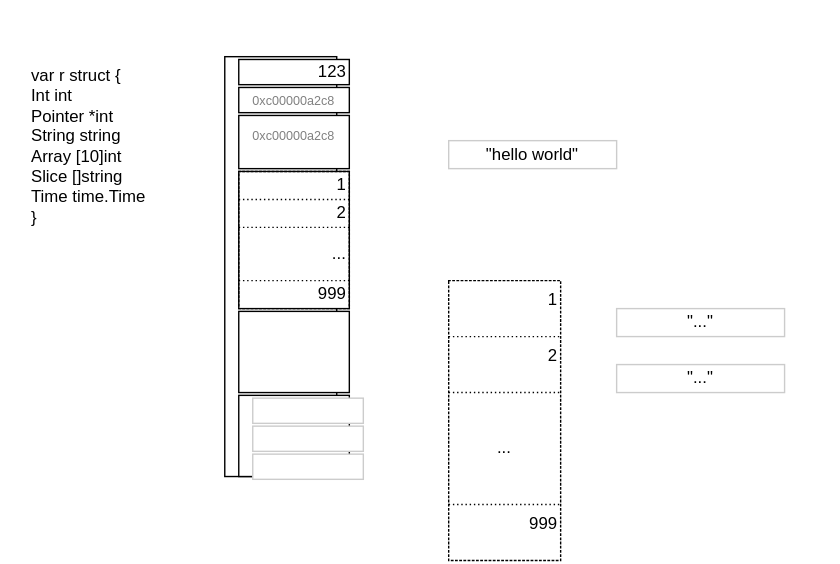
Above: article/svg/struct.svg in nshichi/go-mem (draw.io), before the change. Source tidied: cells renumbered, new cells last; positions are measured from the earlier drawing's top-left corner, leaving out a move shared by most shapes.
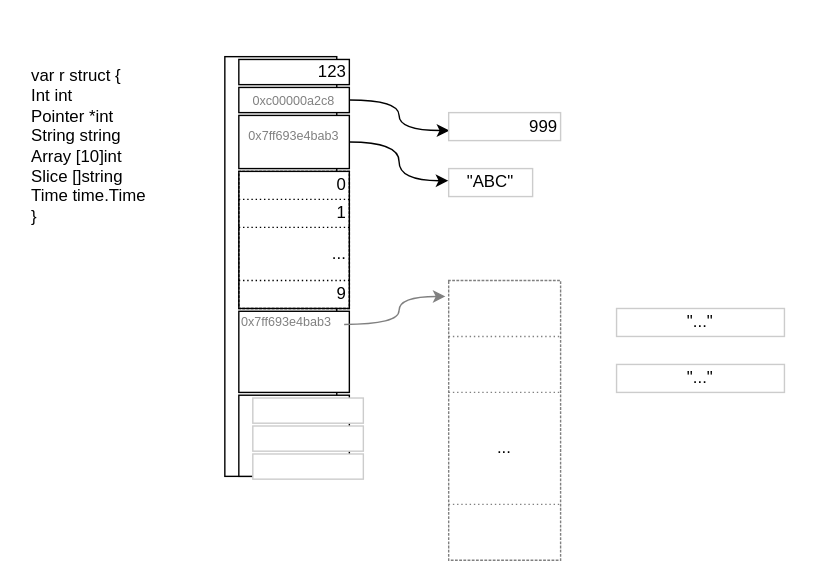
After the change.

What changed in the source:
```diff
@@ -3,7 +3,7 @@
     <mxCell id="0" />
     <mxCell id="1" parent="0" />
     <mxCell id="2" value="var r struct {&lt;br&gt;&amp;nbsp; &amp;nbsp; Int     int&lt;br&gt;&amp;nbsp; &amp;nbsp; Pointer *int&lt;br&gt;&amp;nbsp; &amp;nbsp; String  string&lt;br&gt;&amp;nbsp; &amp;nbsp; Array   [10]int&lt;br&gt;&amp;nbsp; &amp;nbsp; Slice   []string&lt;br&gt;&amp;nbsp; &amp;nbsp; Time    time.Time&amp;nbsp;&lt;br&gt;}" style="text;strokeColor=none;align=left;fillColor=none;verticalAlign=top;rounded=0;horizontal=1;labelBorderColor=none;html=1;whiteSpace=wrap;fontColor=default;" parent="1" vertex="1">
-      <mxGeometry x="20" y="40" width="110" height="130" as="geometry" />
+      <mxGeometry x="20" y="40" width="130" height="150" as="geometry" />
     </mxCell>
     <mxCell id="3" style="whiteSpace=wrap;html=1;strokeWidth=1;" parent="1" vertex="1">
       <mxGeometry x="160" y="40" width="80" height="300" as="geometry" />
@@ -11,10 +11,10 @@
     <mxCell id="4" value="123" style="whiteSpace=wrap;html=1;align=right;" parent="1" vertex="1">
       <mxGeometry x="170" y="42" width="79" height="18" as="geometry" />
     </mxCell>
-    <mxCell id="5" value="&lt;span style=&quot;font-size: 9px;&quot;&gt;0xc00000a2c8&lt;/span&gt;" style="whiteSpace=wrap;html=1;align=center;fontColor=#808080;" parent="1" vertex="1">
+    <mxCell id="5" value="&lt;span style=&quot;color: rgb(128, 128, 128); font-size: 9px; text-align: left;&quot;&gt;0xc00000a2c8&lt;/span&gt;" style="whiteSpace=wrap;html=1;align=center;fontColor=#808080;" parent="1" vertex="1">
       <mxGeometry x="170" y="62" width="79" height="18" as="geometry" />
     </mxCell>
-    <mxCell id="6" value="&lt;span style=&quot;font-size: 9px;&quot;&gt;0xc00000a2c8&lt;/span&gt;" style="whiteSpace=wrap;html=1;align=center;verticalAlign=top;fontColor=#808080;" parent="1" vertex="1">
+    <mxCell id="6" value="&lt;span style=&quot;color: rgb(128, 128, 128); font-size: 9px; text-align: left; background-color: rgb(255, 255, 255);&quot;&gt;0x7ff693e4bab3&lt;/span&gt;" style="whiteSpace=wrap;html=1;align=center;verticalAlign=top;fontColor=#808080;" parent="1" vertex="1">
       <mxGeometry x="170" y="82" width="79" height="38" as="geometry" />
     </mxCell>
     <mxCell id="7" style="whiteSpace=wrap;html=1;align=right;" parent="1" vertex="1">
@@ -29,13 +29,13 @@
     <mxCell id="10" style="shape=tableRow;horizontal=0;startSize=0;swimlaneHead=0;swimlaneBody=0;strokeColor=inherit;top=0;left=0;bottom=0;right=0;fillColor=none;" parent="9" vertex="1">
       <mxGeometry width="79" height="20" as="geometry" />
     </mxCell>
-    <mxCell id="11" value="1" style="shape=partialRectangle;html=1;whiteSpace=wrap;strokeColor=inherit;overflow=hidden;fillColor=none;top=0;left=0;bottom=0;right=0;align=right;" parent="10" vertex="1">
+    <mxCell id="11" value="0" style="shape=partialRectangle;html=1;whiteSpace=wrap;strokeColor=inherit;overflow=hidden;fillColor=none;top=0;left=0;bottom=0;right=0;align=right;" parent="10" vertex="1">
       <mxGeometry width="79" height="20" as="geometry" />
     </mxCell>
     <mxCell id="12" style="shape=tableRow;horizontal=0;startSize=0;swimlaneHead=0;swimlaneBody=0;strokeColor=inherit;top=0;left=0;bottom=0;right=0;fillColor=none;" parent="9" vertex="1">
       <mxGeometry y="20" width="79" height="20" as="geometry" />
     </mxCell>
-    <mxCell id="13" value="2" style="shape=partialRectangle;html=1;whiteSpace=wrap;strokeColor=inherit;overflow=hidden;fillColor=none;top=0;left=0;bottom=0;right=0;align=right;" parent="12" vertex="1">
+    <mxCell id="13" value="1" style="shape=partialRectangle;html=1;whiteSpace=wrap;strokeColor=inherit;overflow=hidden;fillColor=none;top=0;left=0;bottom=0;right=0;align=right;" parent="12" vertex="1">
       <mxGeometry width="79" height="20" as="geometry" />
     </mxCell>
     <mxCell id="14" style="shape=tableRow;horizontal=0;startSize=0;swimlaneHead=0;swimlaneBody=0;strokeColor=inherit;top=0;left=0;bottom=0;right=0;fillColor=none;" parent="9" vertex="1">
@@ -47,7 +47,7 @@
     <mxCell id="16" style="shape=tableRow;horizontal=0;startSize=0;swimlaneHead=0;swimlaneBody=0;strokeColor=inherit;top=0;left=0;bottom=0;right=0;fillColor=none;" parent="9" vertex="1">
       <mxGeometry y="78" width="79" height="20" as="geometry" />
     </mxCell>
-    <mxCell id="17" value="999" style="shape=partialRectangle;html=1;whiteSpace=wrap;strokeColor=inherit;overflow=hidden;fillColor=none;top=0;left=0;bottom=0;right=0;align=right;" parent="16" vertex="1">
+    <mxCell id="17" value="9" style="shape=partialRectangle;html=1;whiteSpace=wrap;strokeColor=inherit;overflow=hidden;fillColor=none;top=0;left=0;bottom=0;right=0;align=right;" parent="16" vertex="1">
       <mxGeometry width="79" height="20" as="geometry" />
     </mxCell>
     <mxCell id="18" style="whiteSpace=wrap;html=1;align=right;strokeColor=#CCCCCC;" parent="1" vertex="1">
@@ -59,19 +59,19 @@
     <mxCell id="20" style="whiteSpace=wrap;html=1;align=right;strokeColor=#CCCCCC;" parent="1" vertex="1">
       <mxGeometry x="180" y="324" width="79" height="18" as="geometry" />
     </mxCell>
-    <mxCell id="21" style="shape=table;startSize=0;dashed=1;dashPattern=1 2;" parent="1" vertex="1">
+    <mxCell id="21" style="shape=table;startSize=0;dashed=1;dashPattern=1 2;strokeColor=#808080;" parent="1" vertex="1">
       <mxGeometry x="320" y="200" width="80" height="200" as="geometry" />
     </mxCell>
     <mxCell id="22" style="shape=tableRow;horizontal=0;startSize=0;swimlaneHead=0;swimlaneBody=0;strokeColor=inherit;top=0;left=0;bottom=0;right=0;fillColor=none;points=[[0,0.5],[1,0.5]];portConstraint=eastwest;" parent="21" vertex="1">
       <mxGeometry width="80" height="40" as="geometry" />
     </mxCell>
-    <mxCell id="23" value="1" style="shape=partialRectangle;html=1;whiteSpace=wrap;strokeColor=inherit;overflow=hidden;fillColor=none;top=0;left=0;bottom=0;right=0;align=right;verticalAlign=top;" parent="22" vertex="1">
+    <mxCell id="23" style="shape=partialRectangle;html=1;whiteSpace=wrap;strokeColor=inherit;overflow=hidden;fillColor=none;top=0;left=0;bottom=0;right=0;align=right;verticalAlign=top;" parent="22" vertex="1">
       <mxGeometry width="80" height="40" as="geometry" />
     </mxCell>
     <mxCell id="24" style="shape=tableRow;horizontal=0;startSize=0;swimlaneHead=0;swimlaneBody=0;strokeColor=inherit;top=0;left=0;bottom=0;right=0;fillColor=none;" parent="21" vertex="1">
       <mxGeometry y="40" width="80" height="40" as="geometry" />
     </mxCell>
-    <mxCell id="25" value="2" style="shape=partialRectangle;html=1;whiteSpace=wrap;strokeColor=inherit;overflow=hidden;fillColor=none;top=0;left=0;bottom=0;right=0;align=right;verticalAlign=top;" parent="24" vertex="1">
+    <mxCell id="25" style="shape=partialRectangle;html=1;whiteSpace=wrap;strokeColor=inherit;overflow=hidden;fillColor=none;top=0;left=0;bottom=0;right=0;align=right;verticalAlign=top;" parent="24" vertex="1">
       <mxGeometry width="80" height="40" as="geometry" />
     </mxCell>
     <mxCell id="26" style="shape=tableRow;horizontal=0;startSize=0;swimlaneHead=0;swimlaneBody=0;strokeColor=inherit;top=0;left=0;bottom=0;right=0;fillColor=none;" parent="21" vertex="1">
@@ -83,14 +83,14 @@
     <mxCell id="28" style="shape=tableRow;horizontal=0;startSize=0;swimlaneHead=0;swimlaneBody=0;strokeColor=inherit;top=0;left=0;bottom=0;right=0;fillColor=none;" parent="21" vertex="1">
       <mxGeometry y="160" width="80" height="40" as="geometry" />
     </mxCell>
-    <mxCell id="29" value="999" style="shape=partialRectangle;html=1;whiteSpace=wrap;strokeColor=inherit;overflow=hidden;fillColor=none;top=0;left=0;bottom=0;right=0;align=right;verticalAlign=top;" parent="28" vertex="1">
+    <mxCell id="29" style="shape=partialRectangle;html=1;whiteSpace=wrap;strokeColor=inherit;overflow=hidden;fillColor=none;top=0;left=0;bottom=0;right=0;align=right;verticalAlign=top;" parent="28" vertex="1">
       <mxGeometry width="80" height="40" as="geometry" />
     </mxCell>
     <mxCell id="30" style="whiteSpace=wrap;html=1;align=right;verticalAlign=top;fillColor=none;" parent="1" vertex="1">
       <mxGeometry x="170" y="122" width="79" height="98" as="geometry" />
     </mxCell>
-    <mxCell id="31" value="&quot;hello world&quot;" style="whiteSpace=wrap;html=1;align=center;verticalAlign=middle;fillColor=none;strokeColor=#CCCCCC;" parent="1" vertex="1">
-      <mxGeometry x="320" y="100" width="120" height="20" as="geometry" />
+    <mxCell id="31" value="&quot;ABC&quot;" style="whiteSpace=wrap;html=1;align=center;verticalAlign=middle;fillColor=none;strokeColor=#CCCCCC;" parent="1" vertex="1">
+      <mxGeometry x="320" y="120" width="60" height="20" as="geometry" />
     </mxCell>
     <mxCell id="32" value="&quot;...&quot;" style="whiteSpace=wrap;html=1;align=center;verticalAlign=middle;fillColor=none;strokeColor=#CCCCCC;" parent="1" vertex="1">
       <mxGeometry x="440" y="220" width="120" height="20" as="geometry" />
@@ -104,5 +104,20 @@
     <mxCell id="35" style="whiteSpace=wrap;html=1;fillColor=none;strokeColor=none;" parent="1" vertex="1">
       <mxGeometry width="20" height="20" as="geometry" />
     </mxCell>
+    <mxCell id="36" value="&lt;span style=&quot;&quot;&gt;&lt;font style=&quot;color: rgb(128, 128, 128);&quot;&gt;0x7ff693e4bab3&lt;/font&gt;&lt;/span&gt;" style="text;strokeColor=none;align=left;fillColor=none;html=1;verticalAlign=middle;whiteSpace=wrap;rounded=0;fontSize=9;fontColor=light-dark(#808080,#EDEDED);" parent="1" vertex="1">
+      <mxGeometry x="170" y="220" width="70" height="20" as="geometry" />
+    </mxCell>
+    <mxCell id="37" style="edgeStyle=orthogonalEdgeStyle;html=1;rounded=1;curved=1;endArrow=classic;endFill=1;jumpStyle=none;shadow=0;flowAnimation=0;strokeWidth=1;startArrow=none;startFill=0;entryX=0.006;entryY=0.64;entryDx=0;entryDy=0;entryPerimeter=0;" parent="1" edge="1" source="5" target="38">
+      <mxGeometry relative="1" as="geometry" />
+    </mxCell>
+    <mxCell id="38" value="999" style="whiteSpace=wrap;html=1;align=right;verticalAlign=middle;fillColor=none;strokeColor=#CCCCCC;" parent="1" vertex="1">
+      <mxGeometry x="320" y="80" width="80" height="20" as="geometry" />
+    </mxCell>
+    <mxCell id="39" style="edgeStyle=orthogonalEdgeStyle;html=1;rounded=1;curved=1;endArrow=classic;endFill=1;jumpStyle=none;shadow=0;flowAnimation=0;strokeWidth=1;startArrow=none;startFill=0;entryX=-0.004;entryY=0.433;entryDx=0;entryDy=0;entryPerimeter=0;" parent="1" edge="1" source="6" target="31">
+      <mxGeometry relative="1" as="geometry" />
+    </mxCell>
+    <mxCell id="40" style="edgeStyle=orthogonalEdgeStyle;html=1;rounded=1;curved=1;endArrow=classic;endFill=1;jumpStyle=none;shadow=0;flowAnimation=0;strokeWidth=1;startArrow=none;startFill=0;entryX=-0.029;entryY=0.285;entryDx=0;entryDy=0;entryPerimeter=0;exitX=0.953;exitY=0.162;exitDx=0;exitDy=0;exitPerimeter=0;strokeColor=#808080;" parent="1" edge="1" source="7" target="22">
+      <mxGeometry relative="1" as="geometry" />
+    </mxCell>
   </root>
 </mxGraphModel>
```
